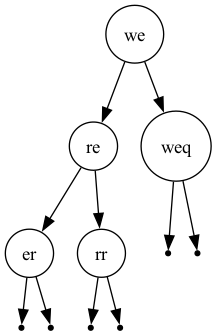
This is tree.png from SharQawyCS/Optimal-Binary-Search-Tree, a Graphviz export, as it was before one commit. Its source is kept beside it as tree.dot.
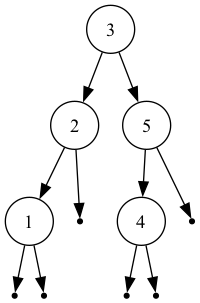
The same file after the commit.

Commit message:
Refactor CLI structure and update include paths; remove CLI class and adjust tree analysis comments

Change to the diagram source:
```diff
@@ -1,19 +1,19 @@
 digraph OBST {
   node [shape=circle];
-  "we" -> "re";
-  "re" -> "er";
+  "3" -> "2";
+  "2" -> "1";
   null0 [shape=point];
-  "er" -> null0;
+  "1" -> null0;
   null1 [shape=point];
-  "er" -> null1;
-  "re" -> "rr";
+  "1" -> null1;
   null2 [shape=point];
-  "rr" -> null2;
+  "2" -> null2;
+  "3" -> "5";
+  "5" -> "4";
   null3 [shape=point];
-  "rr" -> null3;
-  "we" -> "weq";
+  "4" -> null3;
   null4 [shape=point];
-  "weq" -> null4;
+  "4" -> null4;
   null5 [shape=point];
-  "weq" -> null5;
+  "5" -> null5;
 }
```
